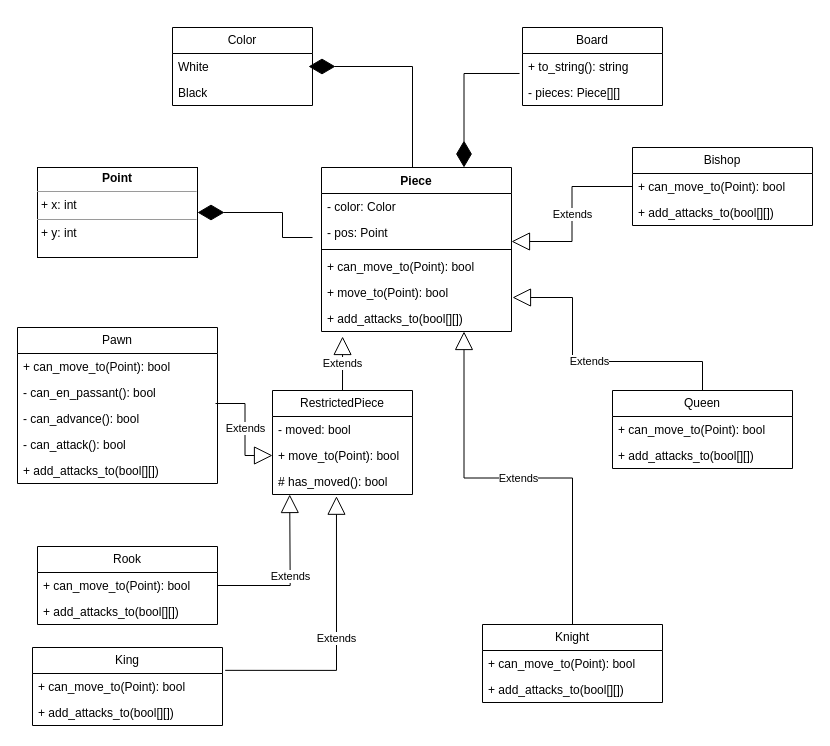
Earlier version of the draw.io diagram Magshess.drawio (Denloob/chess-server). Source tidied: cells renumbered, new cells numbered last; positions are measured from the earlier drawing's top-left corner, leaving out a move shared by most shapes. Both pictures are drawn from the tidied source at 100%, with x=0, y=0 at pixel (17, 27).
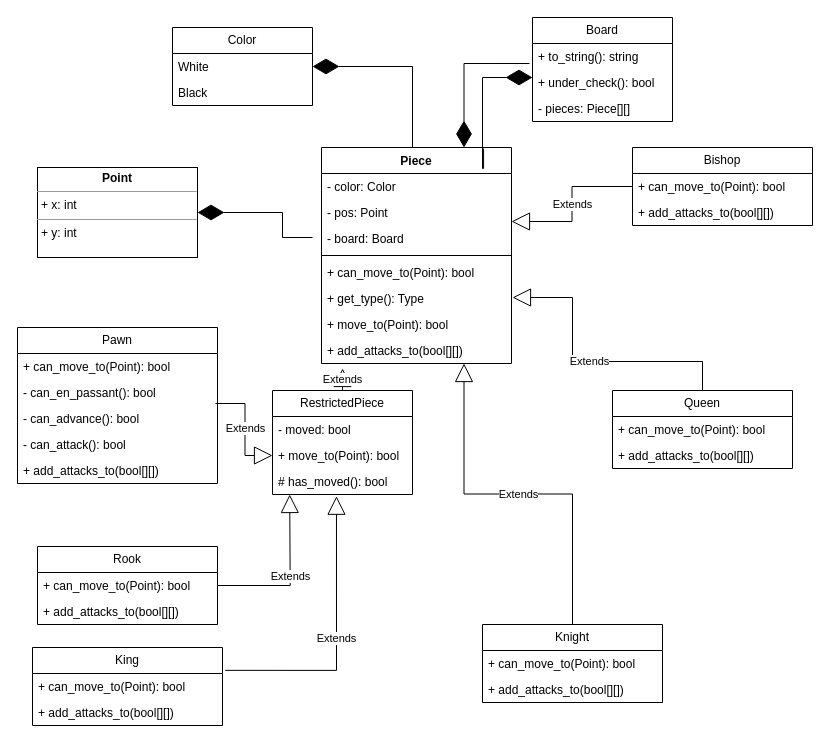
The same diagram, later.

Commit message:
feat: update uml to better correspond with the impl

Diff of the diagram source:
```diff
@@
     <mxCell id="2" value="Piece" style="swimlane;fontStyle=1;align=center;verticalAlign=top;horizontal=1;startSize=26;whiteSpace=wrap;html=1;" parent="1" vertex="1">
-      <mxGeometry x="304" y="140" width="190" height="164" as="geometry" />
+      <mxGeometry x="304" y="120" width="190" height="216" as="geometry" />
     </mxCell>
@@
+    <mxCell id="51" value="- board: Board" style="text;strokeColor=none;fillColor=none;align=left;verticalAlign=top;spacingLeft=4;spacingRight=4;overflow=hidden;whiteSpace=wrap;html=1;" parent="2" vertex="1">
+      <mxGeometry y="78" width="190" height="26" as="geometry" />
+    </mxCell>
     <mxCell id="5" style="line;strokeWidth=1;fillColor=none;align=left;verticalAlign=middle;spacingTop=-1;spacingLeft=3;spacingRight=3;labelPosition=right;strokeColor=inherit;" parent="2" vertex="1">
-      <mxGeometry y="78" width="190" height="8" as="geometry" />
+      <mxGeometry y="104" width="190" height="8" as="geometry" />
     </mxCell>
     <mxCell id="6" value="+ can_move_to(Point): bool" style="text;strokeColor=none;fillColor=none;align=left;verticalAlign=top;spacingLeft=4;spacingRight=4;overflow=hidden;whiteSpace=wrap;html=1;" parent="2" vertex="1">
-      <mxGeometry y="86" width="190" height="26" as="geometry" />
+      <mxGeometry y="112" width="190" height="26" as="geometry" />
     </mxCell>
+    <mxCell id="52" value="+ get_type(): Type" style="text;strokeColor=none;fillColor=none;align=left;verticalAlign=top;spacingLeft=4;spacingRight=4;overflow=hidden;whiteSpace=wrap;html=1;" parent="2" vertex="1">
+      <mxGeometry y="138" width="190" height="26" as="geometry" />
+    </mxCell>
     <mxCell id="7" value="+ move_to(Point): bool" style="text;strokeColor=none;fillColor=none;align=left;verticalAlign=top;spacingLeft=4;spacingRight=4;overflow=hidden;whiteSpace=wrap;html=1;" parent="2" vertex="1">
-      <mxGeometry y="112" width="190" height="26" as="geometry" />
+      <mxGeometry y="164" width="190" height="26" as="geometry" />
     </mxCell>
     <mxCell id="8" value="+ add_attacks_to(bool[][])" style="text;strokeColor=none;fillColor=none;align=left;verticalAlign=top;spacingLeft=4;spacingRight=4;overflow=hidden;points=[[0,0.5],[1,0.5]];portConstraint=eastwest;whiteSpace=wrap;html=1;" parent="2" vertex="1">
-      <mxGeometry y="138" width="190" height="26" as="geometry" />
+      <mxGeometry y="190" width="190" height="26" as="geometry" />
     </mxCell>
@@
-    <mxCell id="12" style="endArrow=diamondThin;endFill=1;endSize=24;html=1;rounded=0;entryX=1;entryY=0.5;entryDx=0;entryDy=0;edgeStyle=orthogonalEdgeStyle;elbow=vertical;exitX=0.5;exitY=0;exitDx=0;exitDy=0;" parent="1" edge="1" source="2">
+    <mxCell id="12" style="endArrow=diamondThin;endFill=1;endSize=24;html=1;rounded=0;edgeStyle=orthogonalEdgeStyle;elbow=vertical;exitX=0.5;exitY=0;exitDx=0;exitDy=0;" parent="1" edge="1" source="2">
       <mxGeometry relative="1" as="geometry">
-        <mxPoint x="291" y="39" as="targetPoint" />
+        <mxPoint x="295" y="39" as="targetPoint" />
         <Array as="points">
-          <mxPoint x="395" y="140" />
+          <mxPoint x="395" y="120" />
           <mxPoint x="395" y="39" />
         </Array>
       </mxGeometry>
     </mxCell>
@@
     <mxCell id="46" value="Board" style="swimlane;fontStyle=0;horizontal=1;startSize=26;fillColor=none;whiteSpace=wrap;html=1;" parent="1" vertex="1">
-      <mxGeometry x="505" width="140" height="78" as="geometry" />
+      <mxGeometry x="515" y="-10" width="140" height="104" as="geometry" />
     </mxCell>
@@
+    <mxCell id="53" value="+ under_check(): bool" style="text;strokeColor=none;fillColor=none;align=left;verticalAlign=top;spacingLeft=4;spacingRight=4;overflow=hidden;whiteSpace=wrap;html=1;" parent="46" vertex="1">
+      <mxGeometry y="52" width="140" height="26" as="geometry" />
+    </mxCell>
     <mxCell id="48" value="- pieces: Piece[][] " style="text;strokeColor=none;fillColor=none;align=left;verticalAlign=top;spacingLeft=4;spacingRight=4;overflow=hidden;whiteSpace=wrap;html=1;" parent="46" vertex="1">
-      <mxGeometry y="52" width="140" height="26" as="geometry" />
+      <mxGeometry y="78" width="140" height="26" as="geometry" />
     </mxCell>
@@
+    <mxCell id="54" style="endArrow=diamondThin;endFill=1;endSize=24;html=1;rounded=0;edgeStyle=orthogonalEdgeStyle;exitX=0.853;exitY=0.005;exitDx=0;exitDy=0;exitPerimeter=0;" parent="1" edge="1" source="2">
+      <mxGeometry relative="1" as="geometry">
+        <mxPoint x="515" y="50" as="targetPoint" />
+        <Array as="points">
+          <mxPoint x="465" y="141" />
+          <mxPoint x="465" y="50" />
+        </Array>
+      </mxGeometry>
+    </mxCell>
```
